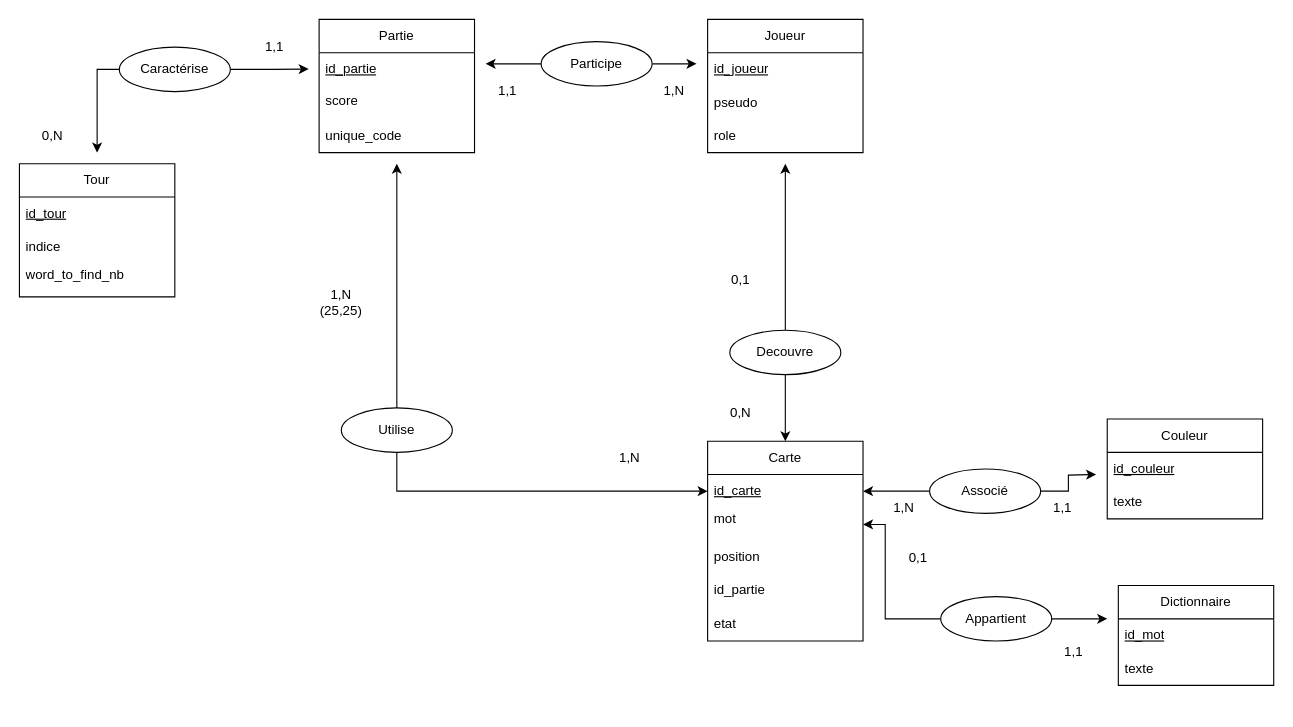
Before: poly_names.drawio in JinxYTW/Poly_Names, a draw.io diagram. Source tidied: cells renumbered, new cells numbered last; positions are measured from the earlier drawing's top-left corner, leaving out a move shared by most shapes. Both pictures are drawn from the tidied source at 111%, with x=0, y=0 at pixel (19, 19).
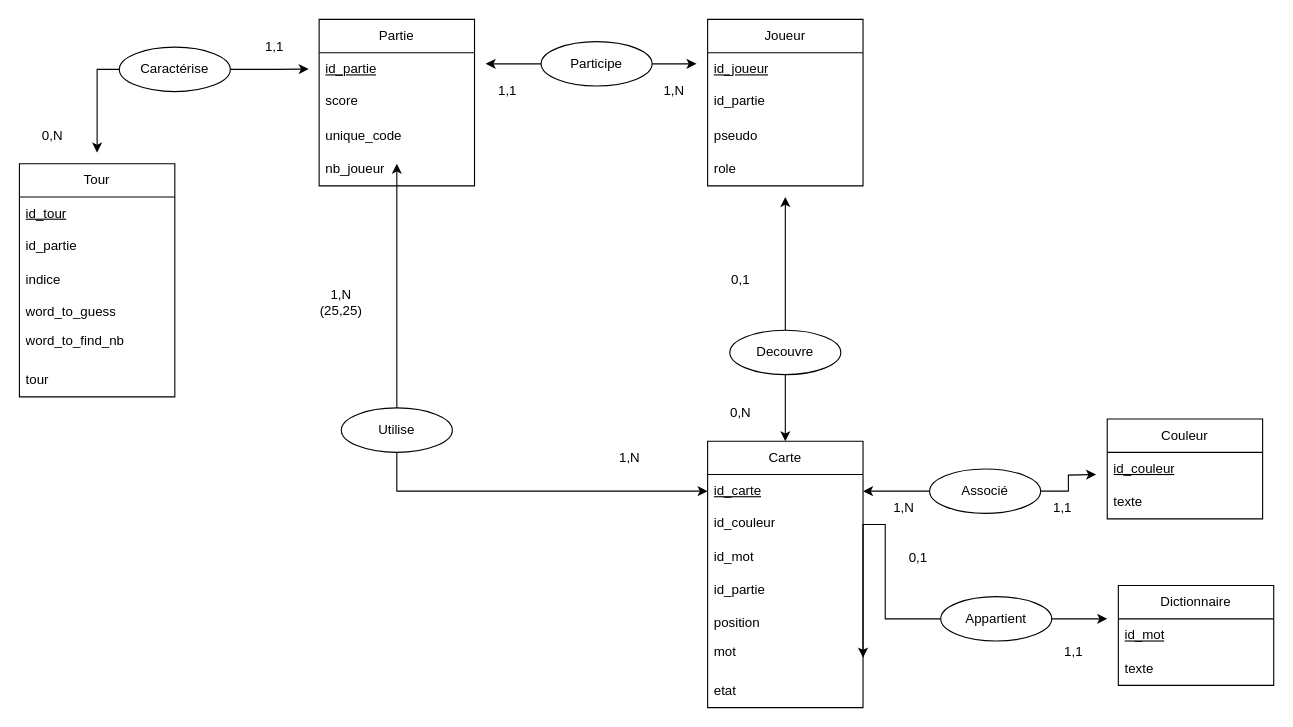
The same diagram, later.

Commit message:
Mettre à jour poly_names.drawio

Change to the diagram source:
```diff
@@
     <mxCell id="2" value="Partie" style="swimlane;fontStyle=0;horizontal=1;startSize=30;whiteSpace=wrap;html=1;" parent="1" vertex="1">
-      <mxGeometry x="270" width="140" height="120" as="geometry" />
+      <mxGeometry x="270" width="140" height="150" as="geometry" />
     </mxCell>
@@
+    <mxCell id="56" value="nb_joueur" style="text;strokeColor=none;fillColor=none;align=left;verticalAlign=middle;spacingLeft=4;spacingRight=4;overflow=hidden;whiteSpace=wrap;html=1;" parent="2" vertex="1">
+      <mxGeometry y="120" width="140" height="30" as="geometry" />
+    </mxCell>
     <mxCell id="6" value="Carte" style="swimlane;fontStyle=0;horizontal=1;startSize=30;whiteSpace=wrap;html=1;" parent="1" vertex="1">
-      <mxGeometry x="620" y="380" width="140" height="180" as="geometry" />
+      <mxGeometry x="620" y="380" width="140" height="240" as="geometry" />
     </mxCell>
@@
+    <mxCell id="57" value="id_couleur" style="text;strokeColor=none;fillColor=none;spacingLeft=4;spacingRight=4;overflow=hidden;fontSize=12;whiteSpace=wrap;html=1;" parent="6" vertex="1">
+      <mxGeometry y="60" width="140" height="30" as="geometry" />
+    </mxCell>
+    <mxCell id="58" value="id_mot" style="text;strokeColor=none;fillColor=none;spacingLeft=4;spacingRight=4;overflow=hidden;fontSize=12;whiteSpace=wrap;html=1;" parent="6" vertex="1">
+      <mxGeometry y="90" width="140" height="30" as="geometry" />
+    </mxCell>
+    <mxCell id="10" value="id_partie" style="text;strokeColor=none;fillColor=none;spacingLeft=4;spacingRight=4;overflow=hidden;fontSize=12;whiteSpace=wrap;html=1;" parent="6" vertex="1">
+      <mxGeometry y="120" width="140" height="30" as="geometry" />
+    </mxCell>
+    <mxCell id="9" value="position" style="text;strokeColor=none;fillColor=none;spacingLeft=4;spacingRight=4;overflow=hidden;fontSize=12;whiteSpace=wrap;html=1;" parent="6" vertex="1">
+      <mxGeometry y="150" width="140" height="30" as="geometry" />
+    </mxCell>
     <mxCell id="8" value="mot&lt;div&gt;&lt;br&gt;&lt;/div&gt;" style="text;strokeColor=none;fillColor=none;align=left;verticalAlign=middle;spacingLeft=4;spacingRight=4;overflow=hidden;points=[[0,0.5],[1,0.5]];portConstraint=eastwest;whiteSpace=wrap;html=1;" parent="6" vertex="1">
-      <mxGeometry y="60" width="140" height="30" as="geometry" />
+      <mxGeometry y="180" width="140" height="30" as="geometry" />
     </mxCell>
-    <mxCell id="9" value="position" style="text;strokeColor=none;fillColor=none;spacingLeft=4;spacingRight=4;overflow=hidden;fontSize=12;whiteSpace=wrap;html=1;" parent="6" vertex="1">
-      <mxGeometry y="90" width="140" height="30" as="geometry" />
-    </mxCell>
-    <mxCell id="10" value="id_partie" style="text;strokeColor=none;fillColor=none;spacingLeft=4;spacingRight=4;overflow=hidden;fontSize=12;whiteSpace=wrap;html=1;" parent="6" vertex="1">
-      <mxGeometry y="120" width="140" height="30" as="geometry" />
-    </mxCell>
     <mxCell id="11" value="etat" style="text;strokeColor=none;fillColor=none;align=left;verticalAlign=middle;spacingLeft=4;spacingRight=4;overflow=hidden;whiteSpace=wrap;html=1;" parent="6" vertex="1">
-      <mxGeometry y="150" width="140" height="30" as="geometry" />
+      <mxGeometry y="210" width="140" height="30" as="geometry" />
     </mxCell>
@@
     <mxCell id="15" value="Joueur" style="swimlane;fontStyle=0;horizontal=1;startSize=30;whiteSpace=wrap;html=1;" parent="1" vertex="1">
-      <mxGeometry x="620" width="140" height="120" as="geometry" />
+      <mxGeometry x="620" width="140" height="150" as="geometry" />
     </mxCell>
@@
+    <mxCell id="59" value="id_partie" style="text;strokeColor=none;fillColor=none;spacingLeft=4;spacingRight=4;overflow=hidden;fontSize=12;whiteSpace=wrap;html=1;" parent="15" vertex="1">
+      <mxGeometry y="60" width="140" height="30" as="geometry" />
+    </mxCell>
     <mxCell id="17" value="pseudo" style="text;strokeColor=none;fillColor=none;align=left;verticalAlign=middle;spacingLeft=4;spacingRight=4;overflow=hidden;whiteSpace=wrap;html=1;" parent="15" vertex="1">
-      <mxGeometry y="60" width="140" height="30" as="geometry" />
+      <mxGeometry y="90" width="140" height="30" as="geometry" />
     </mxCell>
     <mxCell id="18" value="role" style="text;strokeColor=none;fillColor=none;align=left;verticalAlign=middle;spacingLeft=4;spacingRight=4;overflow=hidden;points=[[0,0.5],[1,0.5]];portConstraint=eastwest;whiteSpace=wrap;html=1;" parent="15" vertex="1">
-      <mxGeometry y="90" width="140" height="30" as="geometry" />
+      <mxGeometry y="120" width="140" height="30" as="geometry" />
     </mxCell>
     <mxCell id="19" value="Tour" style="swimlane;fontStyle=0;horizontal=1;startSize=30;whiteSpace=wrap;html=1;" parent="1" vertex="1">
-      <mxGeometry y="130" width="140" height="120" as="geometry" />
+      <mxGeometry y="130" width="140" height="210" as="geometry" />
     </mxCell>
@@
+    <mxCell id="60" value="id_partie" style="text;strokeColor=none;fillColor=none;spacingLeft=4;spacingRight=4;overflow=hidden;fontSize=12;whiteSpace=wrap;html=1;" parent="19" vertex="1">
+      <mxGeometry y="60" width="140" height="30" as="geometry" />
+    </mxCell>
     <mxCell id="21" value="indice" style="text;strokeColor=none;fillColor=none;align=left;verticalAlign=middle;spacingLeft=4;spacingRight=4;overflow=hidden;whiteSpace=wrap;html=1;" parent="19" vertex="1">
-      <mxGeometry y="60" width="140" height="30" as="geometry" />
+      <mxGeometry y="90" width="140" height="30" as="geometry" />
     </mxCell>
+    <mxCell id="61" value="word_to_guess&lt;div&gt;&lt;br&gt;&lt;/div&gt;" style="text;strokeColor=none;fillColor=none;spacingLeft=4;spacingRight=4;overflow=hidden;fontSize=12;whiteSpace=wrap;html=1;" parent="19" vertex="1">
+      <mxGeometry y="120" width="140" height="30" as="geometry" />
+    </mxCell>
     <mxCell id="22" value="word_to_find_nb&lt;div&gt;&lt;br&gt;&lt;/div&gt;" style="text;strokeColor=none;fillColor=none;align=left;verticalAlign=middle;spacingLeft=4;spacingRight=4;overflow=hidden;whiteSpace=wrap;html=1;" parent="19" vertex="1">
-      <mxGeometry y="90" width="140" height="30" as="geometry" />
+      <mxGeometry y="150" width="140" height="30" as="geometry" />
     </mxCell>
+    <mxCell id="62" value="tour" style="text;strokeColor=none;fillColor=none;align=left;verticalAlign=middle;spacingLeft=4;spacingRight=4;overflow=hidden;whiteSpace=wrap;html=1;" parent="19" vertex="1">
+      <mxGeometry y="180" width="140" height="30" as="geometry" />
+    </mxCell>
```
